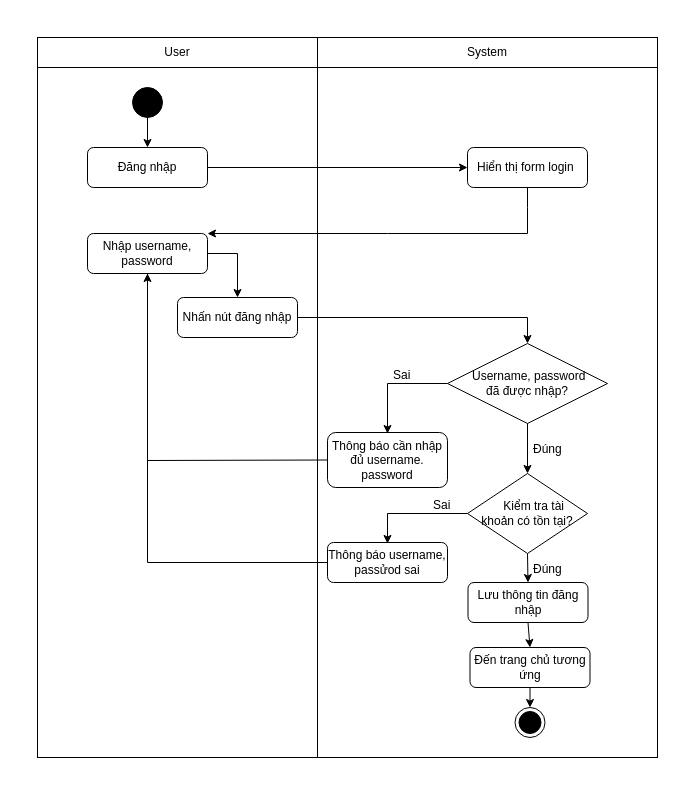
Above: page "login" (1 of 5) of 2.basic-dessign/feature-description/image/activitty-diagram.drawio in myle1003/clothing-and-accessories-store (draw.io), before the change. Source tidied: cells renumbered, new cells numbered last; positions are measured from the earlier drawing's top-left corner, leaving out a move shared by most shapes. Both pictures are drawn from the tidied source at 100%, with x=0, y=0 at pixel (37, 37).
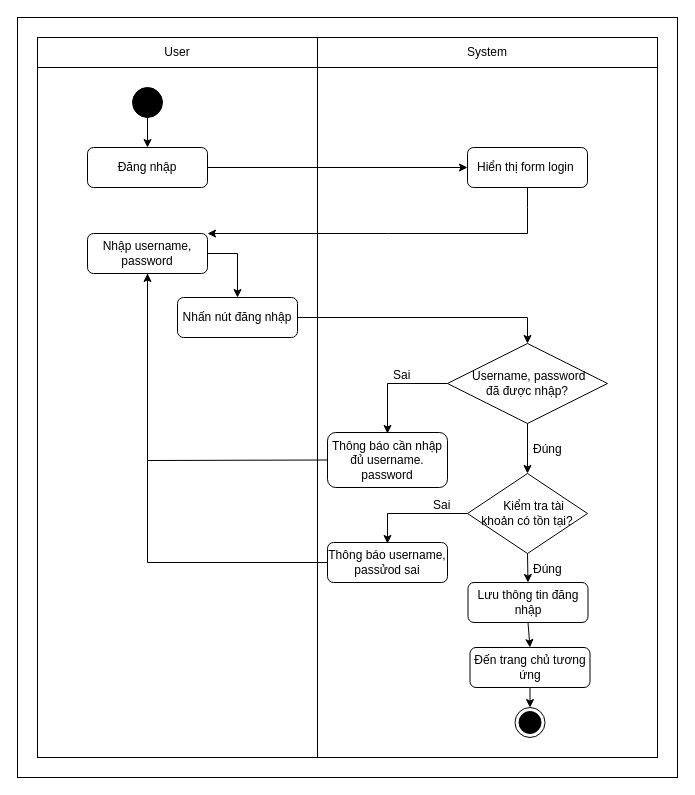
Above is the later version.

Change to the diagram source:
```diff
@@
+    <mxCell id="35" style="rounded=0;whiteSpace=wrap;html=1;" parent="1" vertex="1">
+      <mxGeometry x="-20" y="-20" width="660" height="760" as="geometry" />
+    </mxCell>
```
